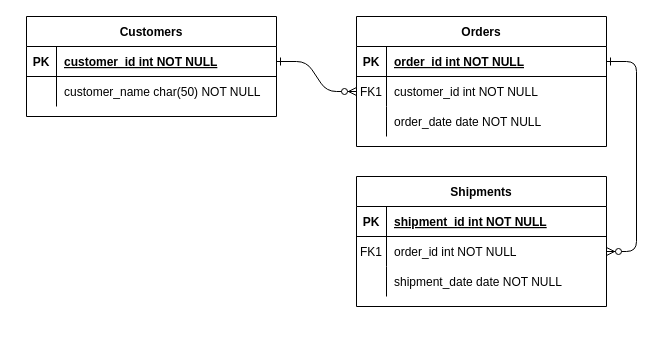
The draw.io diagram Untitled Diagram.drawio in belabonga/Sequelize-SQL-The-Incubators, before the edit. Source tidied: cells renumbered, new cells numbered last; positions are measured from the earlier drawing's top-left corner, leaving out a move shared by most shapes. Both pictures are drawn from the tidied source at 100%, with x=0, y=0 at pixel (26, 16).
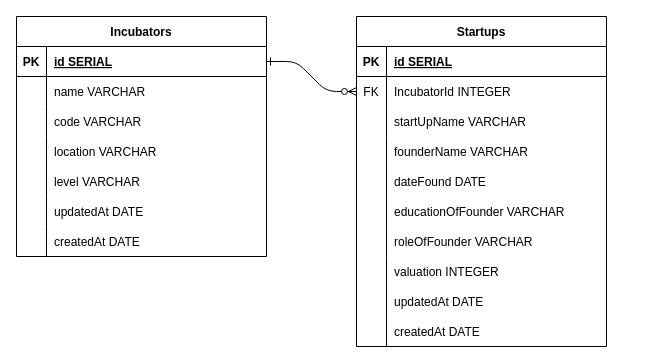
Above is the later version.

Unchanged cells that the change refers to:
```xml
<mxCell id="5" style="shape=partialRectangle;fillColor=none;points=[[0,0.5],[1,0.5]];portConstraint=eastwest;top=0;left=0;right=0;bottom=1;" parent="4" vertex="1">
  <mxGeometry y="30" width="250" height="30" as="geometry" />
</mxCell>
<mxCell id="8" style="shape=partialRectangle;fillColor=none;points=[[0,0.5],[1,0.5]];portConstraint=eastwest;top=0;left=0;right=0;bottom=0;" parent="4" vertex="1">
  <mxGeometry y="60" width="250" height="30" as="geometry" />
</mxCell>
<mxCell id="11" style="shape=partialRectangle;fillColor=none;top=0;left=0;right=0;bottom=0;" parent="4" vertex="1">
  <mxGeometry y="90" width="250" height="30" as="geometry" />
</mxCell>
<mxCell id="25" style="shape=partialRectangle;fillColor=none;points=[[0,0.5],[1,0.5]];portConstraint=eastwest;top=0;left=0;right=0;bottom=1;" parent="24" vertex="1">
  <mxGeometry y="30" width="250" height="30" as="geometry" />
</mxCell>
<mxCell id="28" style="shape=partialRectangle;fillColor=none;top=0;left=0;right=0;bottom=0;" parent="24" vertex="1">
  <mxGeometry y="60" width="250" height="30" as="geometry" />
</mxCell>
```

The edit, as a diff of the source:
```diff
@@
-    <mxCell id="3" style="edgeStyle=entityRelationEdgeStyle;endArrow=ERzeroToMany;startArrow=ERone;endFill=1;startFill=0;" parent="1" edge="1" source="5" target="18">
-      <mxGeometry relative="1" as="geometry" />
-    </mxCell>
-    <mxCell id="4" value="Orders" style="shape=table;startSize=30;childLayout=tableLayout;rowLines=0;fontStyle=1;align=center;" parent="1" vertex="1">
-      <mxGeometry x="330" width="250" height="130" as="geometry" />
+    <mxCell id="4" value="Startups" style="shape=table;startSize=30;childLayout=tableLayout;rowLines=0;fontStyle=1;align=center;" parent="1" vertex="1">
+      <mxGeometry x="330" width="250" height="330" as="geometry" />
     </mxCell>
@@
-    <mxCell id="7" value="order_id int NOT NULL " style="shape=partialRectangle;overflow=hidden;fillColor=none;top=0;left=0;bottom=0;right=0;align=left;spacingLeft=6;fontStyle=5;" parent="5" vertex="1">
+    <mxCell id="7" value="id SERIAL" style="shape=partialRectangle;overflow=hidden;fillColor=none;top=0;left=0;bottom=0;right=0;align=left;spacingLeft=6;fontStyle=5;" parent="5" vertex="1">
       <mxGeometry x="30" width="220" height="30" as="geometry" />
     </mxCell>
@@
-    <mxCell id="9" value="FK1" style="shape=partialRectangle;overflow=hidden;fillColor=none;top=0;left=0;bottom=0;right=0;" parent="8" vertex="1">
+    <mxCell id="9" value="FK" style="shape=partialRectangle;overflow=hidden;fillColor=none;top=0;left=0;bottom=0;right=0;" parent="8" vertex="1">
       <mxGeometry width="30" height="30" as="geometry" />
     </mxCell>
-    <mxCell id="10" value="customer_id int NOT NULL" style="shape=partialRectangle;overflow=hidden;fillColor=none;top=0;left=0;bottom=0;right=0;align=left;spacingLeft=6;" parent="8" vertex="1">
+    <mxCell id="10" value="IncubatorId INTEGER" style="shape=partialRectangle;overflow=hidden;fillColor=none;top=0;left=0;bottom=0;right=0;align=left;spacingLeft=6;" parent="8" vertex="1">
       <mxGeometry x="30" width="220" height="30" as="geometry" />
     </mxCell>
@@
-    <mxCell id="13" value="order_date date NOT NULL" style="shape=partialRectangle;overflow=hidden;fillColor=none;top=0;left=0;bottom=0;right=0;align=left;spacingLeft=6;" parent="11" vertex="1">
+    <mxCell id="13" value="startUpName VARCHAR" style="shape=partialRectangle;overflow=hidden;fillColor=none;top=0;left=0;bottom=0;right=0;align=left;spacingLeft=6;" parent="11" vertex="1">
       <mxGeometry x="30" width="220" height="30" as="geometry" />
     </mxCell>
-    <mxCell id="14" value="Shipments" style="shape=table;startSize=30;childLayout=tableLayout;rowLines=0;fontStyle=1;align=center;" parent="1" vertex="1">
-      <mxGeometry x="330" y="160" width="250" height="130" as="geometry" />
-    </mxCell>
-    <mxCell id="15" style="shape=partialRectangle;fillColor=none;top=0;left=0;right=0;bottom=1;" parent="14" vertex="1">
-      <mxGeometry y="30" width="250" height="30" as="geometry" />
-    </mxCell>
-    <mxCell id="16" value="PK" style="shape=partialRectangle;overflow=hidden;fillColor=none;top=0;left=0;bottom=0;right=0;fontStyle=1;" parent="15" vertex="1">
-      <mxGeometry width="30" height="30" as="geometry" />
-    </mxCell>
-    <mxCell id="17" value="shipment_id int NOT NULL " style="shape=partialRectangle;overflow=hidden;fillColor=none;top=0;left=0;bottom=0;right=0;align=left;spacingLeft=6;fontStyle=5;" parent="15" vertex="1">
-      <mxGeometry x="30" width="220" height="30" as="geometry" />
-    </mxCell>
-    <mxCell id="18" style="shape=partialRectangle;fillColor=none;points=[[0,0.5],[1,0.5]];portConstraint=eastwest;top=0;left=0;right=0;bottom=0;" parent="14" vertex="1">
-      <mxGeometry y="60" width="250" height="30" as="geometry" />
-    </mxCell>
-    <mxCell id="19" value="FK1" style="shape=partialRectangle;overflow=hidden;fillColor=none;top=0;left=0;bottom=0;right=0;" parent="18" vertex="1">
-      <mxGeometry width="30" height="30" as="geometry" />
-    </mxCell>
-    <mxCell id="20" value="order_id int NOT NULL" style="shape=partialRectangle;overflow=hidden;fillColor=none;top=0;left=0;bottom=0;right=0;align=left;spacingLeft=6;" parent="18" vertex="1">
-      <mxGeometry x="30" width="220" height="30" as="geometry" />
-    </mxCell>
-    <mxCell id="21" style="shape=partialRectangle;fillColor=none;top=0;left=0;right=0;bottom=0;" parent="14" vertex="1">
-      <mxGeometry y="90" width="250" height="30" as="geometry" />
-    </mxCell>
-    <mxCell id="22" style="shape=partialRectangle;overflow=hidden;fillColor=none;top=0;left=0;bottom=0;right=0;" parent="21" vertex="1">
-      <mxGeometry width="30" height="30" as="geometry" />
-    </mxCell>
-    <mxCell id="23" value="shipment_date date NOT NULL" style="shape=partialRectangle;overflow=hidden;fillColor=none;top=0;left=0;bottom=0;right=0;align=left;spacingLeft=6;" parent="21" vertex="1">
-      <mxGeometry x="30" width="220" height="30" as="geometry" />
-    </mxCell>
+    <mxCell id="31" style="shape=partialRectangle;fillColor=none;top=0;left=0;right=0;bottom=0;" parent="4" vertex="1">
+      <mxGeometry y="120" width="250" height="30" as="geometry" />
+    </mxCell>
+    <mxCell id="32" style="shape=partialRectangle;overflow=hidden;fillColor=none;top=0;left=0;bottom=0;right=0;" parent="31" vertex="1">
+      <mxGeometry width="30" height="30" as="geometry" />
+    </mxCell>
+    <mxCell id="33" value="founderName VARCHAR" style="shape=partialRectangle;overflow=hidden;fillColor=none;top=0;left=0;bottom=0;right=0;align=left;spacingLeft=6;" parent="31" vertex="1">
+      <mxGeometry x="30" width="220" height="30" as="geometry" />
+    </mxCell>
+    <mxCell id="34" style="shape=partialRectangle;fillColor=none;top=0;left=0;right=0;bottom=0;" parent="4" vertex="1">
+      <mxGeometry y="150" width="250" height="30" as="geometry" />
+    </mxCell>
+    <mxCell id="35" style="shape=partialRectangle;overflow=hidden;fillColor=none;top=0;left=0;bottom=0;right=0;" parent="34" vertex="1">
+      <mxGeometry width="30" height="30" as="geometry" />
+    </mxCell>
+    <mxCell id="36" value="dateFound DATE" style="shape=partialRectangle;overflow=hidden;fillColor=none;top=0;left=0;bottom=0;right=0;align=left;spacingLeft=6;" parent="34" vertex="1">
+      <mxGeometry x="30" width="220" height="30" as="geometry" />
+    </mxCell>
+    <mxCell id="37" style="shape=partialRectangle;fillColor=none;top=0;left=0;right=0;bottom=0;" parent="4" vertex="1">
+      <mxGeometry y="180" width="250" height="30" as="geometry" />
+    </mxCell>
+    <mxCell id="38" style="shape=partialRectangle;overflow=hidden;fillColor=none;top=0;left=0;bottom=0;right=0;" parent="37" vertex="1">
+      <mxGeometry width="30" height="30" as="geometry" />
+    </mxCell>
+    <mxCell id="39" value="educationOfFounder VARCHAR" style="shape=partialRectangle;overflow=hidden;fillColor=none;top=0;left=0;bottom=0;right=0;align=left;spacingLeft=6;" parent="37" vertex="1">
+      <mxGeometry x="30" width="220" height="30" as="geometry" />
+    </mxCell>
+    <mxCell id="40" style="shape=partialRectangle;fillColor=none;top=0;left=0;right=0;bottom=0;" parent="4" vertex="1">
+      <mxGeometry y="210" width="250" height="30" as="geometry" />
+    </mxCell>
+    <mxCell id="41" style="shape=partialRectangle;overflow=hidden;fillColor=none;top=0;left=0;bottom=0;right=0;" parent="40" vertex="1">
+      <mxGeometry width="30" height="30" as="geometry" />
+    </mxCell>
+    <mxCell id="42" value="roleOfFounder VARCHAR" style="shape=partialRectangle;overflow=hidden;fillColor=none;top=0;left=0;bottom=0;right=0;align=left;spacingLeft=6;" parent="40" vertex="1">
+      <mxGeometry x="30" width="220" height="30" as="geometry" />
+    </mxCell>
+    <mxCell id="43" style="shape=partialRectangle;fillColor=none;top=0;left=0;right=0;bottom=0;" parent="4" vertex="1">
+      <mxGeometry y="240" width="250" height="30" as="geometry" />
+    </mxCell>
+    <mxCell id="44" style="shape=partialRectangle;overflow=hidden;fillColor=none;top=0;left=0;bottom=0;right=0;" parent="43" vertex="1">
+      <mxGeometry width="30" height="30" as="geometry" />
+    </mxCell>
+    <mxCell id="45" value="valuation INTEGER" style="shape=partialRectangle;overflow=hidden;fillColor=none;top=0;left=0;bottom=0;right=0;align=left;spacingLeft=6;" parent="43" vertex="1">
+      <mxGeometry x="30" width="220" height="30" as="geometry" />
+    </mxCell>
+    <mxCell id="46" style="shape=partialRectangle;fillColor=none;top=0;left=0;right=0;bottom=0;" parent="4" vertex="1">
+      <mxGeometry y="270" width="250" height="30" as="geometry" />
+    </mxCell>
+    <mxCell id="47" style="shape=partialRectangle;overflow=hidden;fillColor=none;top=0;left=0;bottom=0;right=0;" parent="46" vertex="1">
+      <mxGeometry width="30" height="30" as="geometry" />
+    </mxCell>
+    <mxCell id="48" value="updatedAt DATE" style="shape=partialRectangle;overflow=hidden;fillColor=none;top=0;left=0;bottom=0;right=0;align=left;spacingLeft=6;" parent="46" vertex="1">
+      <mxGeometry x="30" width="220" height="30" as="geometry" />
+    </mxCell>
+    <mxCell id="49" style="shape=partialRectangle;fillColor=none;top=0;left=0;right=0;bottom=0;" parent="4" vertex="1">
+      <mxGeometry y="300" width="250" height="30" as="geometry" />
+    </mxCell>
+    <mxCell id="50" style="shape=partialRectangle;overflow=hidden;fillColor=none;top=0;left=0;bottom=0;right=0;" parent="49" vertex="1">
+      <mxGeometry width="30" height="30" as="geometry" />
+    </mxCell>
+    <mxCell id="51" value="createdAt DATE" style="shape=partialRectangle;overflow=hidden;fillColor=none;top=0;left=0;bottom=0;right=0;align=left;spacingLeft=6;" parent="49" vertex="1">
+      <mxGeometry x="30" width="220" height="30" as="geometry" />
+    </mxCell>
-    <mxCell id="24" value="Customers" style="shape=table;startSize=30;childLayout=tableLayout;rowLines=0;fontStyle=1;align=center;" parent="1" vertex="1">
-      <mxGeometry width="250" height="100" as="geometry" />
+    <mxCell id="24" value="Incubators" style="shape=table;startSize=30;childLayout=tableLayout;rowLines=0;fontStyle=1;align=center;" parent="1" vertex="1">
+      <mxGeometry x="-10" width="250" height="240" as="geometry" />
     </mxCell>
@@
-    <mxCell id="27" value="customer_id int NOT NULL " style="shape=partialRectangle;overflow=hidden;fillColor=none;top=0;left=0;bottom=0;right=0;align=left;spacingLeft=6;fontStyle=5;" parent="25" vertex="1">
+    <mxCell id="27" value="id SERIAL" style="shape=partialRectangle;overflow=hidden;fillColor=none;top=0;left=0;bottom=0;right=0;align=left;spacingLeft=6;fontStyle=5;" parent="25" vertex="1">
       <mxGeometry x="30" width="220" height="30" as="geometry" />
     </mxCell>
@@
-    <mxCell id="30" value="customer_name char(50) NOT NULL" style="shape=partialRectangle;overflow=hidden;fillColor=none;top=0;left=0;bottom=0;right=0;align=left;spacingLeft=6;" parent="28" vertex="1">
+    <mxCell id="30" value="name VARCHAR" style="shape=partialRectangle;overflow=hidden;fillColor=none;top=0;left=0;bottom=0;right=0;align=left;spacingLeft=6;" parent="28" vertex="1">
       <mxGeometry x="30" width="220" height="30" as="geometry" />
     </mxCell>
+    <mxCell id="21" style="shape=partialRectangle;fillColor=none;top=0;left=0;right=0;bottom=0;" parent="24" vertex="1">
+      <mxGeometry y="90" width="250" height="30" as="geometry" />
+    </mxCell>
+    <mxCell id="52" style="shape=partialRectangle;overflow=hidden;fillColor=none;top=0;left=0;bottom=0;right=0;" parent="21" vertex="1">
+      <mxGeometry width="30" height="30" as="geometry" />
+    </mxCell>
+    <mxCell id="53" value="code VARCHAR" style="shape=partialRectangle;overflow=hidden;fillColor=none;top=0;left=0;bottom=0;right=0;align=left;spacingLeft=6;" parent="21" vertex="1">
+      <mxGeometry x="30" width="220" height="30" as="geometry" />
+    </mxCell>
+    <mxCell id="54" style="shape=partialRectangle;fillColor=none;top=0;left=0;right=0;bottom=0;" parent="24" vertex="1">
+      <mxGeometry y="120" width="250" height="30" as="geometry" />
+    </mxCell>
+    <mxCell id="55" style="shape=partialRectangle;overflow=hidden;fillColor=none;top=0;left=0;bottom=0;right=0;" parent="54" vertex="1">
+      <mxGeometry width="30" height="30" as="geometry" />
+    </mxCell>
+    <mxCell id="56" value="location VARCHAR" style="shape=partialRectangle;overflow=hidden;fillColor=none;top=0;left=0;bottom=0;right=0;align=left;spacingLeft=6;" parent="54" vertex="1">
+      <mxGeometry x="30" width="220" height="30" as="geometry" />
+    </mxCell>
+    <mxCell id="57" style="shape=partialRectangle;fillColor=none;top=0;left=0;right=0;bottom=0;" parent="24" vertex="1">
+      <mxGeometry y="150" width="250" height="30" as="geometry" />
+    </mxCell>
+    <mxCell id="58" style="shape=partialRectangle;overflow=hidden;fillColor=none;top=0;left=0;bottom=0;right=0;" parent="57" vertex="1">
+      <mxGeometry width="30" height="30" as="geometry" />
+    </mxCell>
+    <mxCell id="59" value="level VARCHAR" style="shape=partialRectangle;overflow=hidden;fillColor=none;top=0;left=0;bottom=0;right=0;align=left;spacingLeft=6;" parent="57" vertex="1">
+      <mxGeometry x="30" width="220" height="30" as="geometry" />
+    </mxCell>
+    <mxCell id="60" style="shape=partialRectangle;fillColor=none;top=0;left=0;right=0;bottom=0;" parent="24" vertex="1">
+      <mxGeometry y="180" width="250" height="30" as="geometry" />
+    </mxCell>
+    <mxCell id="61" style="shape=partialRectangle;overflow=hidden;fillColor=none;top=0;left=0;bottom=0;right=0;" parent="60" vertex="1">
+      <mxGeometry width="30" height="30" as="geometry" />
+    </mxCell>
+    <mxCell id="62" value="updatedAt DATE" style="shape=partialRectangle;overflow=hidden;fillColor=none;top=0;left=0;bottom=0;right=0;align=left;spacingLeft=6;" parent="60" vertex="1">
+      <mxGeometry x="30" width="220" height="30" as="geometry" />
+    </mxCell>
+    <mxCell id="63" style="shape=partialRectangle;fillColor=none;top=0;left=0;right=0;bottom=0;" parent="24" vertex="1">
+      <mxGeometry y="210" width="250" height="30" as="geometry" />
+    </mxCell>
+    <mxCell id="64" style="shape=partialRectangle;overflow=hidden;fillColor=none;top=0;left=0;bottom=0;right=0;" parent="63" vertex="1">
+      <mxGeometry width="30" height="30" as="geometry" />
+    </mxCell>
+    <mxCell id="65" value="createdAt DATE" style="shape=partialRectangle;overflow=hidden;fillColor=none;top=0;left=0;bottom=0;right=0;align=left;spacingLeft=6;" parent="63" vertex="1">
+      <mxGeometry x="30" width="220" height="30" as="geometry" />
+    </mxCell>
```
